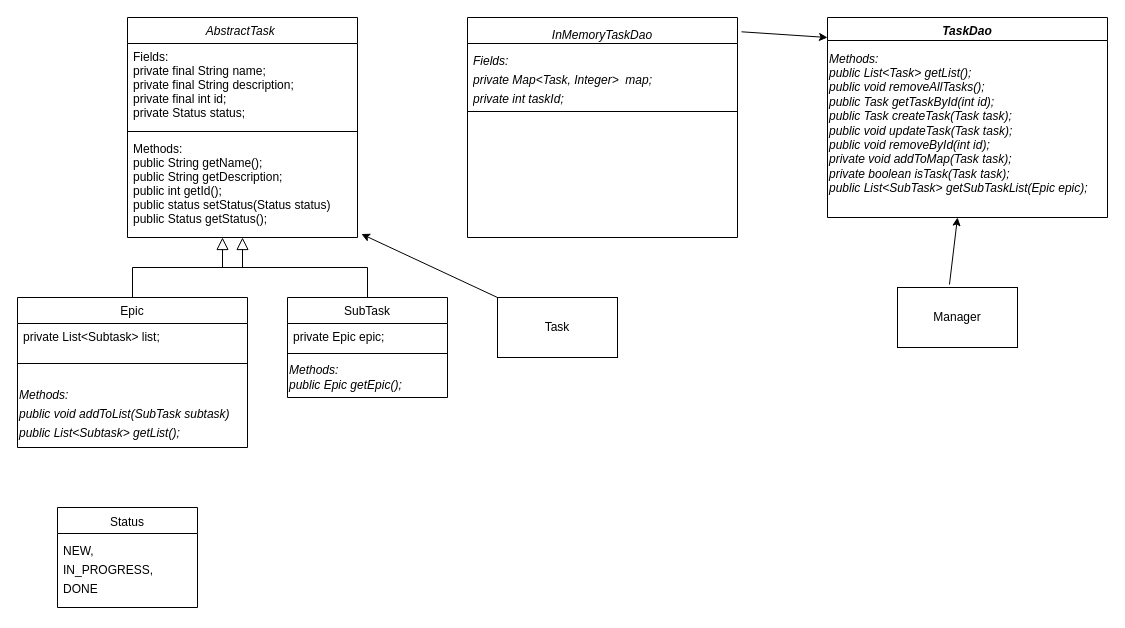
Above: scheme/Диаграмма без названия.drawio in StanislavShirokikh/TaskManager (draw.io), before the change. Source tidied: cells renumbered, new cells numbered last; positions are measured from the earlier drawing's top-left corner, leaving out a move shared by most shapes. Both pictures are drawn from the tidied source at 100%, with x=0, y=0 at pixel (17, 17).
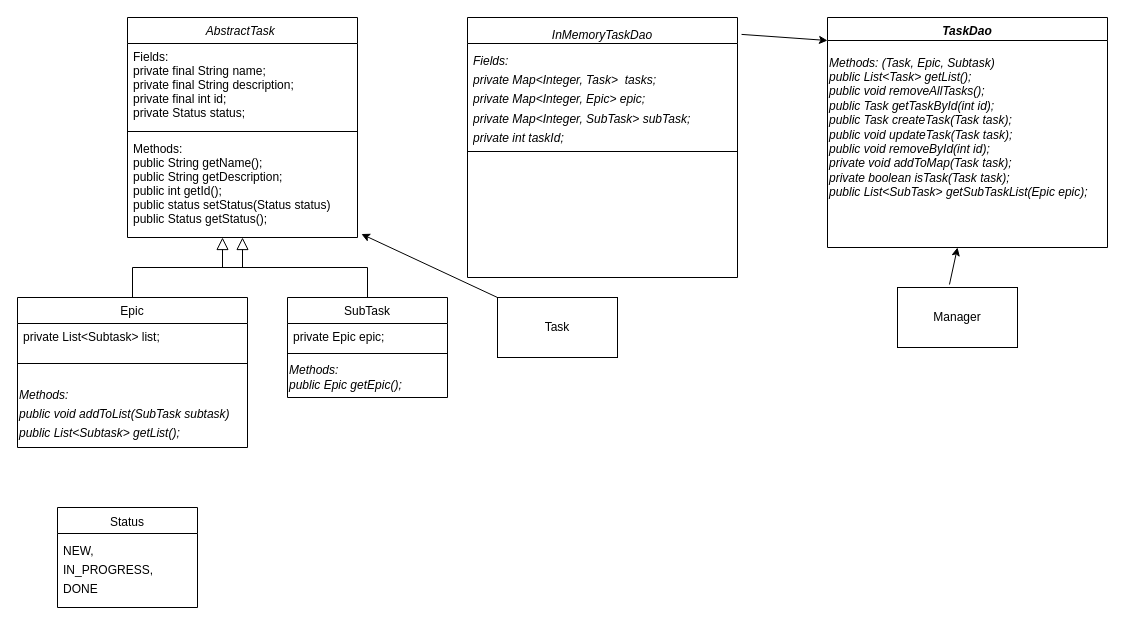
The same page after the edit.

The change refers to these unchanged cells:
```xml
<mxCell id="24" value="Manager" style="rounded=0;whiteSpace=wrap;html=1;" parent="1" vertex="1">
  <mxGeometry x="880" y="270" width="120" height="60" as="geometry" />
</mxCell>
```

What changed in the source:
```diff
@@
     <mxCell id="16" value="&lt;span style=&quot;font-size: 12px; font-weight: 400;&quot;&gt;&lt;i&gt;InMemoryTaskDao&lt;/i&gt;&lt;/span&gt;" style="swimlane;fontStyle=1;align=center;verticalAlign=top;horizontal=1;startSize=26;whiteSpace=wrap;html=1;fontSize=16;" parent="1" vertex="1">
-      <mxGeometry x="450" width="270" height="220" as="geometry" />
+      <mxGeometry x="450" width="270" height="260" as="geometry" />
     </mxCell>
-    <mxCell id="17" value="&lt;i&gt;&lt;font style=&quot;font-size: 12px;&quot;&gt;Fields:&lt;br&gt;private Map&amp;lt;Task, Integer&amp;gt; &amp;nbsp;map;&lt;br&gt;private int taskId;&lt;br&gt;&lt;/font&gt;&lt;/i&gt;" style="text;strokeColor=none;fillColor=none;align=left;verticalAlign=top;spacingLeft=4;spacingRight=4;overflow=hidden;whiteSpace=wrap;html=1;fontSize=16;" parent="16" vertex="1">
-      <mxGeometry y="26" width="270" height="64" as="geometry" />
+    <mxCell id="17" value="&lt;i&gt;&lt;font style=&quot;font-size: 12px;&quot;&gt;Fields:&lt;br&gt;private Map&amp;lt;Integer, Task&amp;gt;&amp;nbsp; tasks;&lt;br&gt;private Map&amp;lt;Integer, Epic&amp;gt; epic;&lt;br&gt;private Map&amp;lt;Integer, SubTask&amp;gt; subTask;&lt;br&gt;private int taskId;&lt;br&gt;&lt;br&gt;&lt;/font&gt;&lt;/i&gt;" style="text;strokeColor=none;fillColor=none;align=left;verticalAlign=top;spacingLeft=4;spacingRight=4;overflow=hidden;whiteSpace=wrap;html=1;fontSize=16;" parent="16" vertex="1">
+      <mxGeometry y="26" width="270" height="104" as="geometry" />
     </mxCell>
     <mxCell id="18" style="line;strokeWidth=1;fillColor=none;align=left;verticalAlign=middle;spacingTop=-1;spacingLeft=3;spacingRight=3;labelPosition=right;strokeColor=inherit;fontSize=16;" parent="16" vertex="1">
-      <mxGeometry y="90" width="270" height="8" as="geometry" />
+      <mxGeometry y="130" width="270" height="8" as="geometry" />
     </mxCell>
     <mxCell id="19" value="&lt;i style=&quot;font-size: 12px;&quot;&gt;&lt;br&gt;&lt;/i&gt;" style="text;strokeColor=none;fillColor=none;align=left;verticalAlign=top;spacingLeft=4;spacingRight=4;overflow=hidden;whiteSpace=wrap;html=1;fontSize=16;" parent="16" vertex="1">
-      <mxGeometry y="98" width="270" height="122" as="geometry" />
+      <mxGeometry y="138" width="270" height="122" as="geometry" />
     </mxCell>
@@
     <mxCell id="22" value="&lt;span style=&quot;font-size: 12px;&quot;&gt;&lt;i&gt;TaskDao&lt;/i&gt;&lt;/span&gt;" style="swimlane;whiteSpace=wrap;html=1;fontSize=16;startSize=23;" parent="1" vertex="1">
-      <mxGeometry x="810" width="280" height="200" as="geometry" />
+      <mxGeometry x="810" width="280" height="230" as="geometry" />
     </mxCell>
-    <mxCell id="23" value="&lt;i style=&quot;&quot;&gt;Methods:&lt;br&gt;public List&amp;lt;Task&amp;gt; getList();&lt;br&gt;public void removeAllTasks();&lt;br&gt;public Task getTaskById(int id);&lt;br&gt;public Task createTask(Task task);&lt;br&gt;public void updateTask(Task task);&lt;br&gt;public void removeById(int id);&lt;br&gt;private void addToMap(Task task);&lt;br&gt;private boolean isTask(Task task);&lt;br&gt;public List&amp;lt;SubTask&amp;gt; getSubTaskList(Epic epic);&lt;/i&gt;" style="text;html=1;align=left;verticalAlign=middle;strokeColor=none;fillColor=none;" parent="22" vertex="1">
-      <mxGeometry y="26" width="280" height="160" as="geometry" />
+    <mxCell id="23" value="&lt;i style=&quot;&quot;&gt;Methods: (Task, Epic, Subtask)&lt;br&gt;public List&amp;lt;Task&amp;gt; getList();&lt;br&gt;public void removeAllTasks();&lt;br&gt;public Task getTaskById(int id);&lt;br&gt;public Task createTask(Task task);&lt;br&gt;public void updateTask(Task task);&lt;br&gt;public void removeById(int id);&lt;br&gt;private void addToMap(Task task);&lt;br&gt;private boolean isTask(Task task);&lt;br&gt;public List&amp;lt;SubTask&amp;gt; getSubTaskList(Epic epic);&lt;/i&gt;" style="text;html=1;align=left;verticalAlign=middle;strokeColor=none;fillColor=none;" parent="22" vertex="1">
+      <mxGeometry y="30" width="280" height="160" as="geometry" />
     </mxCell>
@@
     <mxCell id="25" style="endArrow=classic;html=1;rounded=0;exitX=0.433;exitY=-0.05;exitDx=0;exitDy=0;exitPerimeter=0;" parent="1" edge="1" source="24">
       <mxGeometry relative="1" as="geometry">
-        <mxPoint x="940" y="200" as="targetPoint" />
+        <mxPoint x="940" y="230" as="targetPoint" />
       </mxGeometry>
     </mxCell>
```
